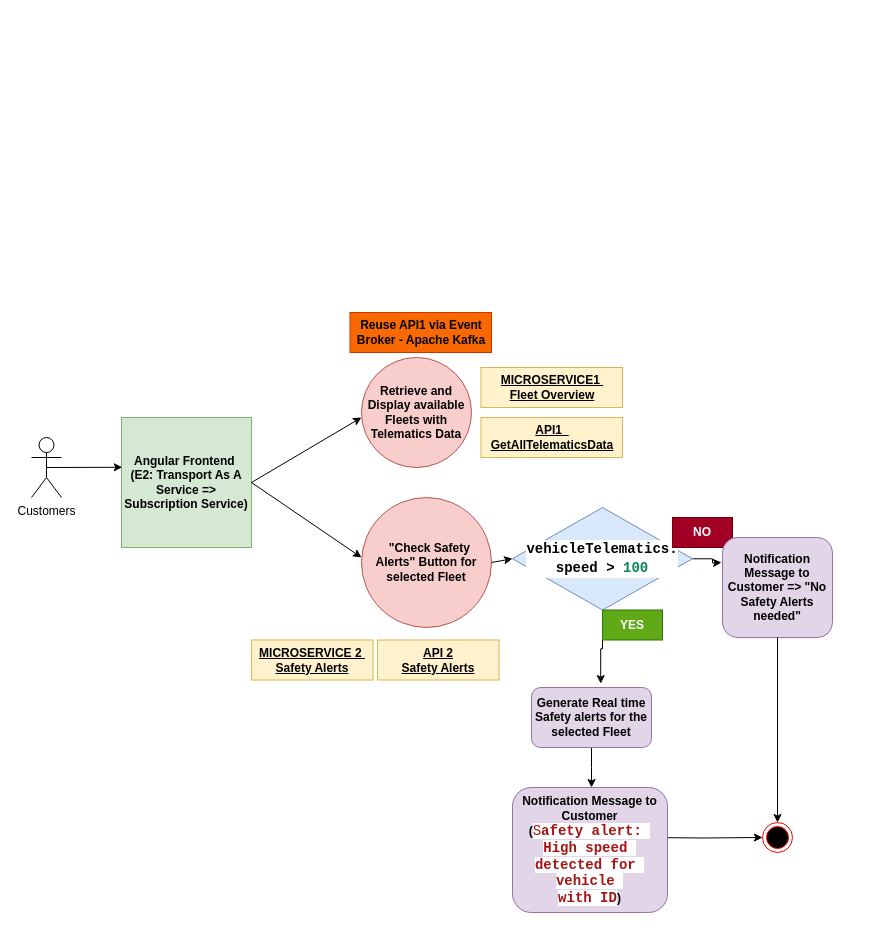
The draw.io diagram Subscription Service.drawio in atheeswaran/Dissertation_VehicleAPIPlatform, before the edit. Source tidied: cells renumbered, new cells numbered last; positions are measured from the earlier drawing's top-left corner, leaving out a move shared by most shapes. Both pictures are drawn from the tidied source at 100%, with x=0, y=0 at pixel (31, 312).
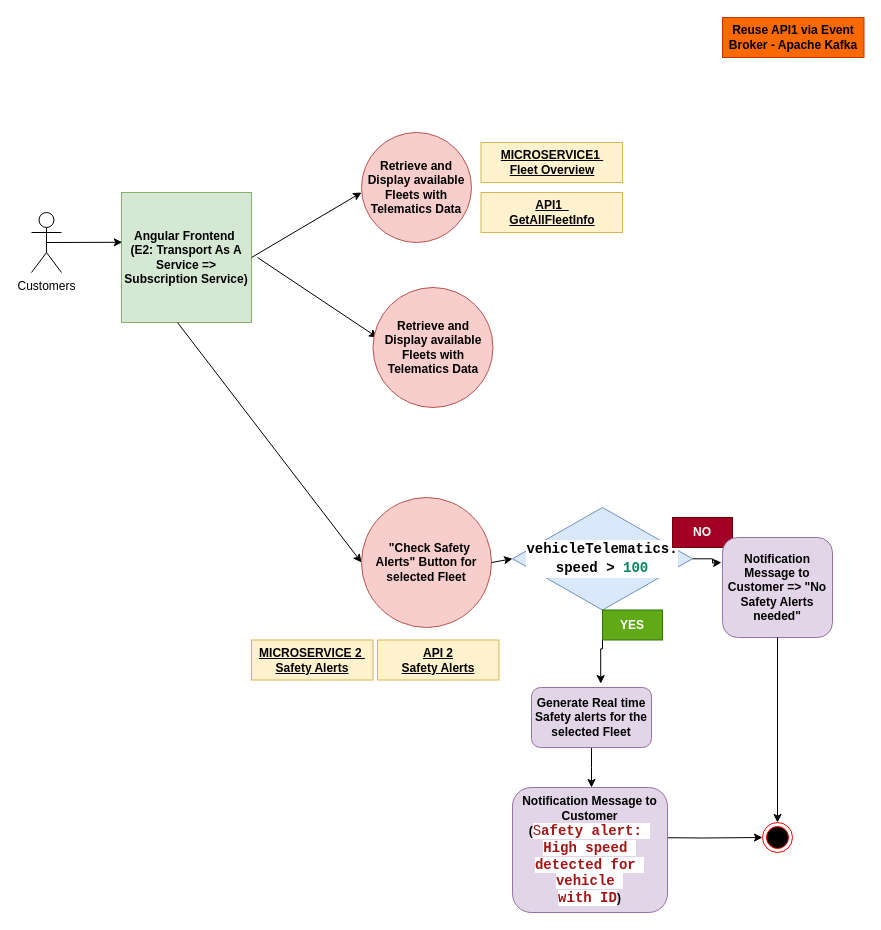
Above is the later version.

The change refers to these unchanged cells:
```xml
<mxCell id="8" value="&lt;b&gt;&amp;nbsp; &quot;Check Safety Alerts&quot; Button for selected Fleet&lt;/b&gt;" style="ellipse;whiteSpace=wrap;html=1;fillColor=#f8cecc;strokeColor=#b85450;" parent="1" vertex="1">
  <mxGeometry x="330" y="185" width="130" height="130" as="geometry" />
</mxCell>
```

Diff of the diagram source:
```diff
@@
     <mxCell id="2" value="Customers" style="shape=umlActor;verticalLabelPosition=bottom;verticalAlign=top;html=1;outlineConnect=0;" parent="1" vertex="1">
-      <mxGeometry y="125" width="30" height="60" as="geometry" />
+      <mxGeometry y="-100" width="30" height="60" as="geometry" />
     </mxCell>
     <mxCell id="3" value="&lt;b&gt;Angular Frontend&amp;nbsp; (E2: Transport As A Service =&amp;gt; Subscription Service)&lt;/b&gt;" style="whiteSpace=wrap;html=1;fillColor=#d5e8d4;strokeColor=#82b366;" parent="1" vertex="1">
-      <mxGeometry x="90" y="105" width="130" height="130" as="geometry" />
+      <mxGeometry x="90" y="-120" width="130" height="130" as="geometry" />
     </mxCell>
@@
     <mxCell id="5" style="endArrow=classic;html=1;rounded=0;exitX=1;exitY=0.5;exitDx=0;exitDy=0;" parent="1" edge="1" source="3">
       <mxGeometry relative="1" as="geometry">
-        <mxPoint x="330" y="105" as="targetPoint" />
+        <mxPoint x="330" y="-120" as="targetPoint" />
       </mxGeometry>
     </mxCell>
     <mxCell id="6" value="&lt;b&gt;Retrieve and Display available Fleets with Telematics Data&lt;/b&gt;" style="ellipse;whiteSpace=wrap;html=1;fillColor=#f8cecc;strokeColor=#b85450;" parent="1" vertex="1">
-      <mxGeometry x="330" y="45" width="110" height="110" as="geometry" />
+      <mxGeometry x="330" y="-180" width="110" height="110" as="geometry" />
     </mxCell>
-    <mxCell id="7" style="endArrow=classic;html=1;rounded=0;exitX=1;exitY=0.5;exitDx=0;exitDy=0;" parent="1" edge="1" source="3">
+    <mxCell id="7" style="endArrow=classic;html=1;rounded=0;exitX=1;exitY=0.5;exitDx=0;exitDy=0;entryX=0;entryY=0.5;entryDx=0;entryDy=0;" parent="1" edge="1" target="8">
       <mxGeometry relative="1" as="geometry">
-        <mxPoint x="330" y="245" as="targetPoint" />
+        <mxPoint x="146" y="10" as="sourcePoint" />
       </mxGeometry>
     </mxCell>
@@
     <mxCell id="21" value="&lt;b&gt;&lt;u&gt;MICROSERVICE1&amp;nbsp;&lt;/u&gt;&lt;/b&gt;&lt;div&gt;&lt;b&gt;&lt;u&gt;Fleet Overview&lt;/u&gt;&lt;/b&gt;&lt;/div&gt;" style="text;html=1;strokeColor=#d6b656;fillColor=#fff2cc;align=center;verticalAlign=middle;whiteSpace=wrap;rounded=0;" parent="1" vertex="1">
-      <mxGeometry x="449.5" y="55" width="141.5" height="40" as="geometry" />
+      <mxGeometry x="449.5" y="-170" width="141.5" height="40" as="geometry" />
     </mxCell>
@@
-    <mxCell id="23" value="&lt;b&gt;&lt;u&gt;API1&amp;nbsp;&amp;nbsp;&lt;/u&gt;&lt;/b&gt;&lt;div&gt;&lt;b&gt;&lt;u&gt;GetAllTelematicsData&lt;/u&gt;&lt;/b&gt;&lt;/div&gt;" style="text;html=1;strokeColor=#d6b656;fillColor=#fff2cc;align=center;verticalAlign=middle;whiteSpace=wrap;rounded=0;" parent="1" vertex="1">
-      <mxGeometry x="449.5" y="105" width="141.5" height="40" as="geometry" />
+    <mxCell id="23" value="&lt;b&gt;&lt;u&gt;API1&amp;nbsp;&amp;nbsp;&lt;/u&gt;&lt;/b&gt;&lt;div&gt;&lt;b&gt;&lt;u&gt;GetAllFleetInfo&lt;/u&gt;&lt;/b&gt;&lt;/div&gt;" style="text;html=1;strokeColor=#d6b656;fillColor=#fff2cc;align=center;verticalAlign=middle;whiteSpace=wrap;rounded=0;" parent="1" vertex="1">
+      <mxGeometry x="449.5" y="-120" width="141.5" height="40" as="geometry" />
     </mxCell>
@@
     <mxCell id="26" value="&lt;b&gt;Reuse API1 via Event Broker - Apache Kafka&lt;/b&gt;" style="text;html=1;strokeColor=#C73500;fillColor=#fa6800;align=center;verticalAlign=middle;whiteSpace=wrap;rounded=0;fontColor=#000000;" parent="1" vertex="1">
-      <mxGeometry x="318.5" width="141.5" height="40" as="geometry" />
+      <mxGeometry x="691" y="-295" width="141.5" height="40" as="geometry" />
     </mxCell>
+    <mxCell id="27" style="endArrow=classic;html=1;rounded=0;" parent="1" edge="1">
+      <mxGeometry relative="1" as="geometry">
+        <mxPoint x="226" y="-55" as="sourcePoint" />
+        <mxPoint x="346" y="25" as="targetPoint" />
+      </mxGeometry>
+    </mxCell>
+    <mxCell id="28" value="&lt;b&gt;Retrieve and Display available Fleets with Telematics Data&lt;/b&gt;" style="ellipse;whiteSpace=wrap;html=1;fillColor=#f8cecc;strokeColor=#b85450;" parent="1" vertex="1">
+      <mxGeometry x="341.5" y="-25" width="120" height="120" as="geometry" />
+    </mxCell>
```
